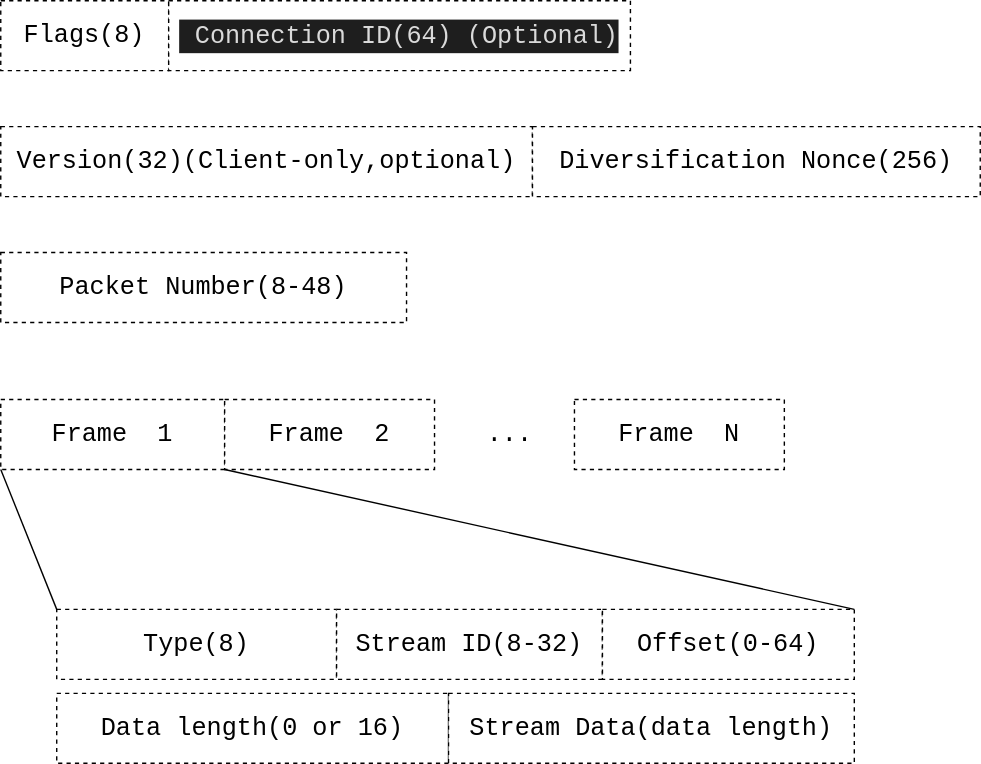
The draw.io diagram pic/quic/quic_package.drawio.svg in ZhuiCode/doc, before a commit. Source tidied: cells renumbered, new cells last; positions are measured from the earlier drawing's top-left corner, leaving out a move shared by most shapes.
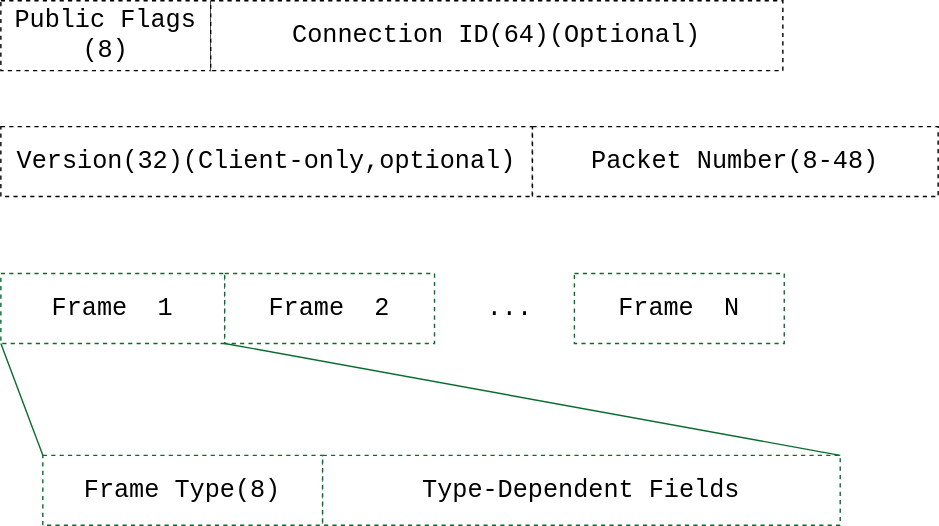
Later version of the same file.

What changed in the source:
```diff
@@ -2,53 +2,41 @@
   <root>
     <mxCell id="0" />
     <mxCell id="1" parent="0" />
-    <mxCell id="2" value="&lt;font style=&quot;font-size: 18px;&quot;&gt;Flags(8)&lt;/font&gt;" style="rounded=0;whiteSpace=wrap;html=1;dashed=1;fontFamily=Courier New;" parent="1" vertex="1">
-      <mxGeometry width="120" height="50" as="geometry" />
+    <mxCell id="2" value="&lt;font style=&quot;font-size: 18px;&quot;&gt;Public Flags&lt;br&gt;(8)&lt;/font&gt;" style="rounded=0;whiteSpace=wrap;html=1;dashed=1;fontFamily=Courier New;" parent="1" vertex="1">
+      <mxGeometry width="150" height="50" as="geometry" />
     </mxCell>
-    <mxCell id="3" value="&lt;div style=&quot;color: rgb(218, 218, 218); background-color: rgb(30, 30, 30); font-size: 18px; line-height: 24px;&quot;&gt;&amp;nbsp;Connection ID(64) (Optional)&lt;/div&gt;" style="rounded=0;whiteSpace=wrap;html=1;dashed=1;fontFamily=Courier New;" parent="1" vertex="1">
-      <mxGeometry x="120" width="330" height="50" as="geometry" />
-    </mxCell>
     <mxCell id="4" value="&lt;font style=&quot;font-size: 18px;&quot;&gt;Version(32)(Client-only,optional)&lt;/font&gt;" style="rounded=0;whiteSpace=wrap;html=1;dashed=1;fontFamily=Courier New;" parent="1" vertex="1">
       <mxGeometry y="90" width="380" height="50" as="geometry" />
     </mxCell>
-    <mxCell id="5" value="&lt;font style=&quot;font-size: 18px;&quot;&gt;Diversification Nonce(256)&lt;/font&gt;" style="rounded=0;whiteSpace=wrap;html=1;dashed=1;fontFamily=Courier New;" parent="1" vertex="1">
-      <mxGeometry x="380" y="90" width="320" height="50" as="geometry" />
-    </mxCell>
     <mxCell id="6" value="&lt;font style=&quot;font-size: 18px;&quot;&gt;Packet Number(8-48)&lt;/font&gt;" style="rounded=0;whiteSpace=wrap;html=1;dashed=1;fontFamily=Courier New;" parent="1" vertex="1">
-      <mxGeometry y="180" width="290" height="50" as="geometry" />
+      <mxGeometry x="380" y="90" width="290" height="50" as="geometry" />
     </mxCell>
-    <mxCell id="7" value="&lt;font style=&quot;font-size: 18px;&quot;&gt;Frame&amp;nbsp; 1&lt;/font&gt;" style="rounded=0;whiteSpace=wrap;html=1;dashed=1;fontFamily=Courier New;" parent="1" vertex="1">
-      <mxGeometry y="285" width="160" height="50" as="geometry" />
+    <mxCell id="7" value="&lt;font style=&quot;font-size: 18px;&quot;&gt;Frame&amp;nbsp; 1&lt;/font&gt;" style="rounded=0;whiteSpace=wrap;html=1;dashed=1;fontFamily=Courier New;strokeColor=#096c2f;" parent="1" vertex="1">
+      <mxGeometry y="195" width="160" height="50" as="geometry" />
     </mxCell>
-    <mxCell id="8" value="&lt;font style=&quot;font-size: 18px;&quot;&gt;Frame&amp;nbsp; 2&lt;/font&gt;" style="rounded=0;whiteSpace=wrap;html=1;dashed=1;fontFamily=Courier New;" parent="1" vertex="1">
-      <mxGeometry x="160" y="285" width="150" height="50" as="geometry" />
+    <mxCell id="8" value="&lt;font style=&quot;font-size: 18px;&quot;&gt;Frame&amp;nbsp; 2&lt;/font&gt;" style="rounded=0;whiteSpace=wrap;html=1;dashed=1;fontFamily=Courier New;strokeColor=#096c2f;" parent="1" vertex="1">
+      <mxGeometry x="160" y="195" width="150" height="50" as="geometry" />
     </mxCell>
-    <mxCell id="9" value="&lt;font style=&quot;font-size: 18px;&quot;&gt;Frame&amp;nbsp; N&lt;/font&gt;" style="rounded=0;whiteSpace=wrap;html=1;dashed=1;fontFamily=Courier New;" parent="1" vertex="1">
-      <mxGeometry x="410" y="285" width="150" height="50" as="geometry" />
+    <mxCell id="9" value="&lt;font style=&quot;font-size: 18px;&quot;&gt;Frame&amp;nbsp; N&lt;/font&gt;" style="rounded=0;whiteSpace=wrap;html=1;dashed=1;fontFamily=Courier New;strokeColor=#096c2f;" parent="1" vertex="1">
+      <mxGeometry x="410" y="195" width="150" height="50" as="geometry" />
     </mxCell>
     <mxCell id="10" value="..." style="text;html=1;strokeColor=none;fillColor=none;align=center;verticalAlign=middle;whiteSpace=wrap;rounded=0;dashed=1;fontFamily=Courier New;fontSize=18;" parent="1" vertex="1">
-      <mxGeometry x="334" y="295" width="60" height="30" as="geometry" />
+      <mxGeometry x="334" y="205" width="60" height="30" as="geometry" />
     </mxCell>
-    <mxCell id="11" value="&lt;font style=&quot;font-size: 18px;&quot;&gt;Type(8)&lt;/font&gt;" style="rounded=0;whiteSpace=wrap;html=1;dashed=1;fontFamily=Courier New;" parent="1" vertex="1">
-      <mxGeometry x="40" y="435" width="200" height="50" as="geometry" />
+    <mxCell id="11" value="&lt;font style=&quot;font-size: 18px;&quot;&gt;Frame Type(8)&lt;/font&gt;" style="rounded=0;whiteSpace=wrap;html=1;dashed=1;fontFamily=Courier New;strokeColor=#096c2f;" parent="1" vertex="1">
+      <mxGeometry x="30" y="325" width="200" height="50" as="geometry" />
     </mxCell>
-    <mxCell id="12" value="&lt;font style=&quot;font-size: 18px;&quot;&gt;Stream ID(8-32)&lt;/font&gt;" style="rounded=0;whiteSpace=wrap;html=1;dashed=1;fontFamily=Courier New;" parent="1" vertex="1">
-      <mxGeometry x="240" y="435" width="190" height="50" as="geometry" />
-    </mxCell>
-    <mxCell id="13" value="&lt;font style=&quot;font-size: 18px;&quot;&gt;Offset(0-64)&lt;/font&gt;" style="rounded=0;whiteSpace=wrap;html=1;dashed=1;fontFamily=Courier New;" parent="1" vertex="1">
-      <mxGeometry x="430" y="435" width="180" height="50" as="geometry" />
+    <mxCell id="13" value="&lt;span style=&quot;font-size: 18px;&quot;&gt;Type-Dependent Fields&lt;/span&gt;" style="rounded=0;whiteSpace=wrap;html=1;dashed=1;fontFamily=Courier New;strokeColor=#096c2f;" parent="1" vertex="1">
+      <mxGeometry x="230" y="325" width="370" height="50" as="geometry" />
     </mxCell>
-    <mxCell id="14" value="&lt;font style=&quot;font-size: 18px;&quot;&gt;Data length(0 or 16)&lt;/font&gt;" style="rounded=0;whiteSpace=wrap;html=1;dashed=1;fontFamily=Courier New;" parent="1" vertex="1">
-      <mxGeometry x="40" y="495" width="280" height="50" as="geometry" />
-    </mxCell>
-    <mxCell id="15" value="&lt;font style=&quot;font-size: 18px;&quot;&gt;Stream Data(data length)&lt;/font&gt;" style="rounded=0;whiteSpace=wrap;html=1;dashed=1;fontFamily=Courier New;" parent="1" vertex="1">
-      <mxGeometry x="320" y="495" width="290" height="50" as="geometry" />
-    </mxCell>
-    <mxCell id="16" style="endArrow=none;html=1;fontFamily=Courier New;fontSize=18;entryX=0;entryY=1;entryDx=0;entryDy=0;exitX=0;exitY=0;exitDx=0;exitDy=0;" parent="1" edge="1" source="11" target="7">
+    <mxCell id="16" style="endArrow=none;html=1;fontFamily=Courier New;fontSize=18;entryX=0;entryY=1;entryDx=0;entryDy=0;exitX=0;exitY=0;exitDx=0;exitDy=0;strokeColor=#096c2f;" parent="1" edge="1" source="11" target="7">
       <mxGeometry relative="1" as="geometry" />
     </mxCell>
-    <mxCell id="17" style="endArrow=none;html=1;fontFamily=Courier New;fontSize=18;entryX=0;entryY=1;entryDx=0;entryDy=0;exitX=1;exitY=0;exitDx=0;exitDy=0;" parent="1" edge="1" source="13" target="8">
+    <mxCell id="17" style="endArrow=none;html=1;fontFamily=Courier New;fontSize=18;entryX=0;entryY=1;entryDx=0;entryDy=0;exitX=1;exitY=0;exitDx=0;exitDy=0;strokeColor=#096c2f;" parent="1" edge="1" source="13" target="8">
       <mxGeometry relative="1" as="geometry" />
     </mxCell>
+    <mxCell id="18" value="&lt;font face=&quot;Courier New&quot; style=&quot;font-size: 18px;&quot;&gt;Connection ID(64)(Optional)&lt;/font&gt;" style="rounded=0;whiteSpace=wrap;html=1;fontFamily=Courier New;dashed=1;" parent="1" vertex="1">
+      <mxGeometry x="150" width="409" height="50" as="geometry" />
+    </mxCell>
   </root>
 </mxGraphModel>
```
